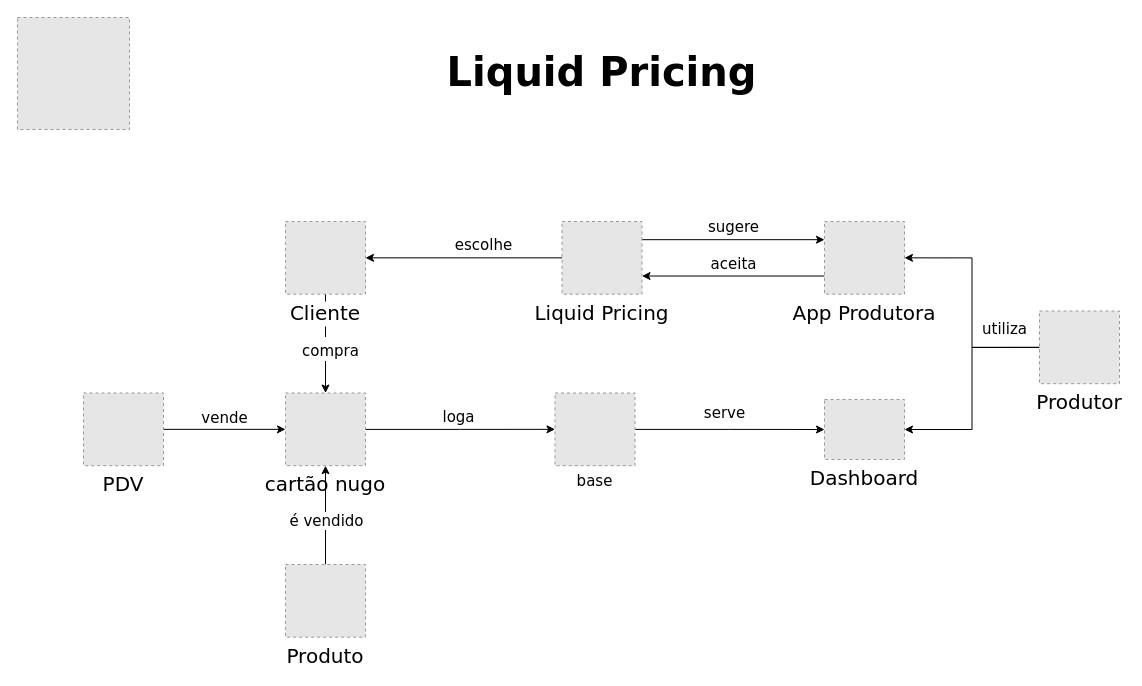
MwillianM/Nugo keeps this draw.io diagram as Modelagem/Liquid_Pricing.drawio. Above is the earlier version. Source tidied: cells renumbered, new cells numbered last; positions are measured from the earlier drawing's top-left corner, leaving out a move shared by most shapes. Both pictures are drawn from the tidied source at 100%, with x=0, y=0 at pixel (17, 17). Pictures stored in the file or linked from it are replaced by grey dashed boxes.
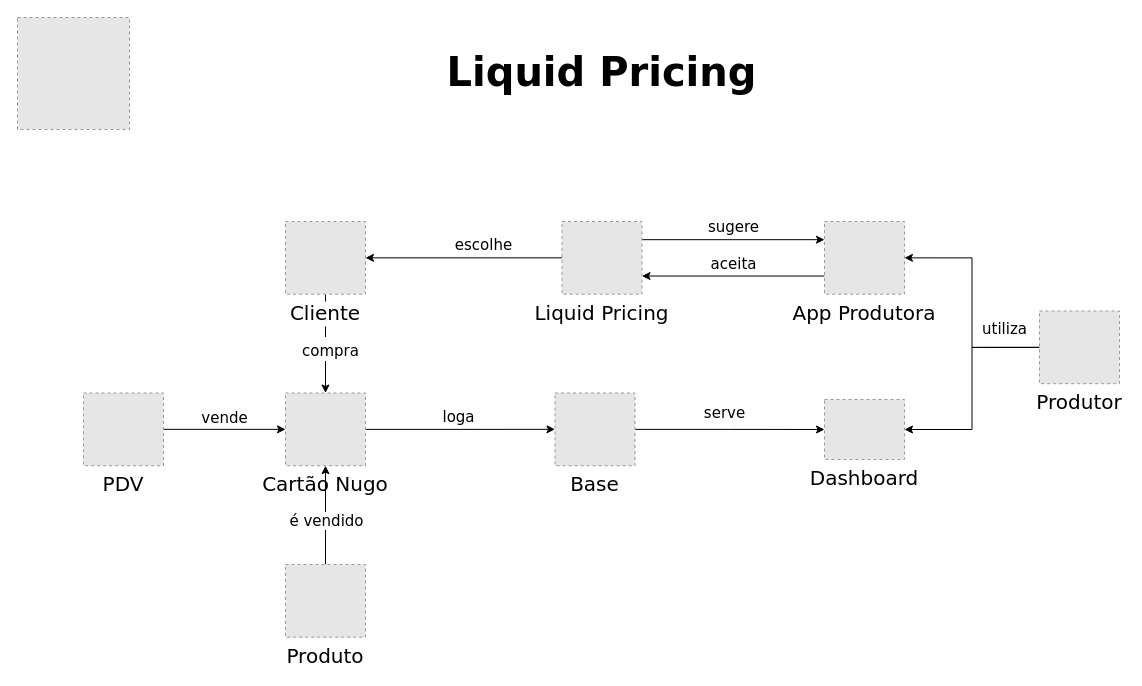
The same diagram, later.

Commit message (it also covers changes not shown here):
crop and font fix

Change to the diagram source:
```diff
@@
-    <mxCell id="16" value="cartão nugo" style="fillColor=#E6E6E6;strokeColor=#999999;dashed=1;verticalLabelPosition=bottom;verticalAlign=top;labelBackgroundColor=#ffffff;fontFamily=Verdana;fontSize=20;" parent="1" vertex="1">
+    <mxCell id="16" value="Cartão Nugo" style="fillColor=#E6E6E6;strokeColor=#999999;dashed=1;verticalLabelPosition=bottom;verticalAlign=top;labelBackgroundColor=#ffffff;fontFamily=Verdana;fontSize=20;" parent="1" vertex="1">
       <mxGeometry x="268" y="375.5" width="80" height="72.7" as="geometry" />
     </mxCell>
@@
-    <mxCell id="29" value="base" style="fillColor=#E6E6E6;strokeColor=#999999;dashed=1;verticalLabelPosition=bottom;verticalAlign=top;labelBackgroundColor=#ffffff;fontFamily=Verdana;fontSize=15;" parent="1" vertex="1">
+    <mxCell id="29" value="Base" style="fillColor=#E6E6E6;strokeColor=#999999;dashed=1;verticalLabelPosition=bottom;verticalAlign=top;labelBackgroundColor=#ffffff;fontFamily=Verdana;fontSize=20;" parent="1" vertex="1">
       <mxGeometry x="537.5" y="375.5" width="80" height="72.7" as="geometry" />
     </mxCell>
```
